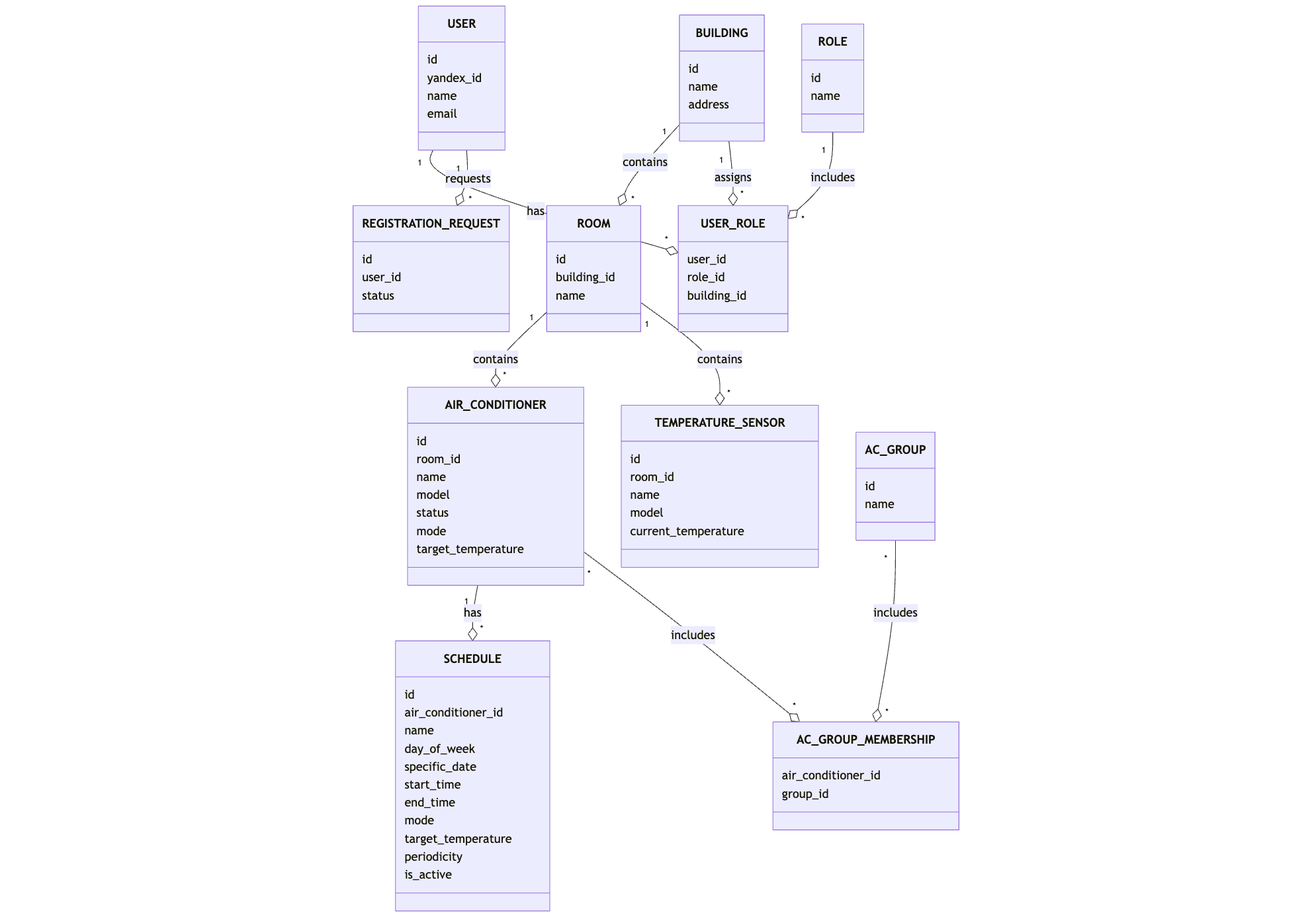
Above: docs/er-model.png in dllnnx/is-coursework (Mermaid), before the change. Its source is kept beside it as docs/er-model.mmd.
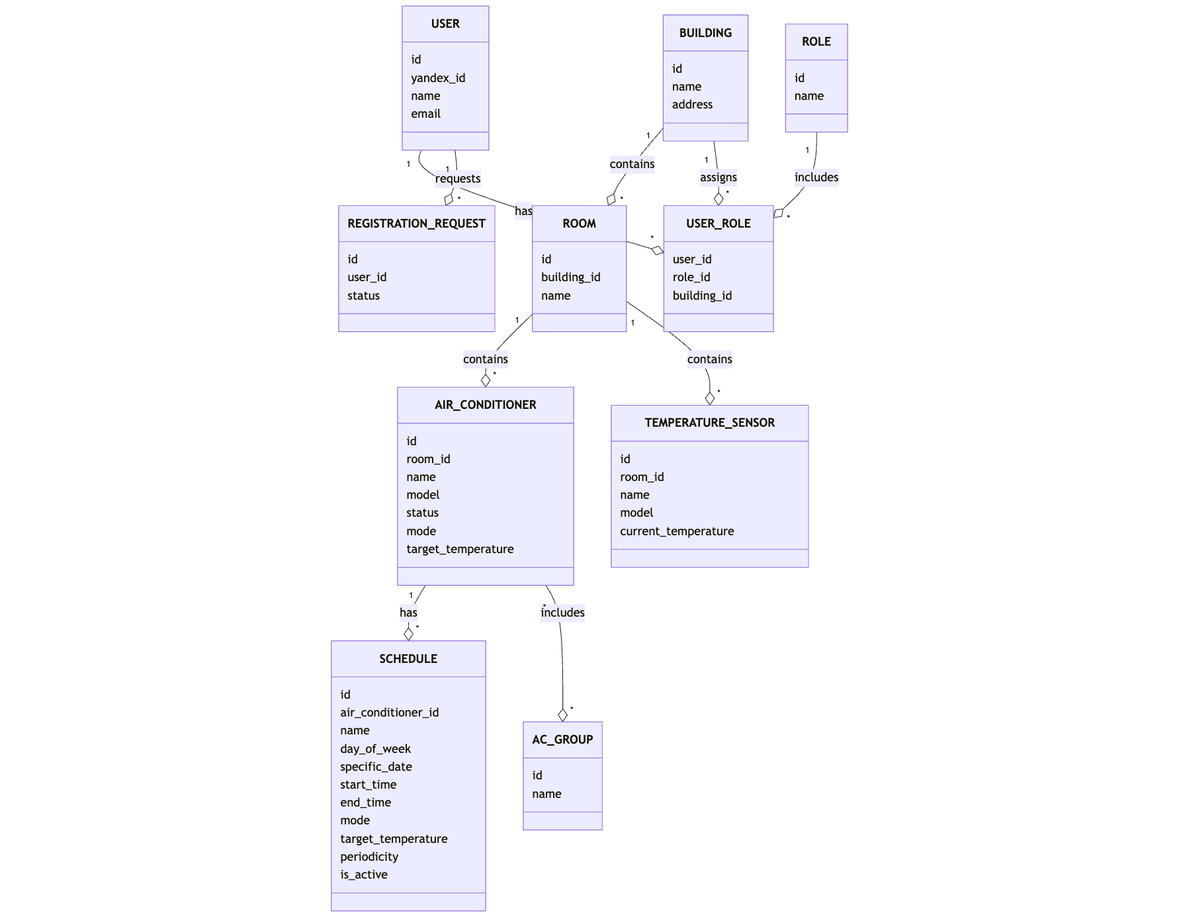
After the change.

The edit, as a diff of the source:
```diff
@@ -72,11 +72,6 @@
         building_id
     }
 
-    class AC_GROUP_MEMBERSHIP {
-        air_conditioner_id
-        group_id
-    }
-
     USER "1" --o "*" USER_ROLE : has
     ROLE "1" --o "*" USER_ROLE : includes
     USER "1" --o "*" REGISTRATION_REQUEST : requests
@@ -85,5 +80,4 @@
     ROOM "1" --o "*" AIR_CONDITIONER : contains
     ROOM "1" --o "*" TEMPERATURE_SENSOR : contains
     AIR_CONDITIONER "1" --o "*" SCHEDULE : has
-    AIR_CONDITIONER "*" --o "*" AC_GROUP_MEMBERSHIP : includes
-    AC_GROUP "*" --o "*" AC_GROUP_MEMBERSHIP : includes
+    AIR_CONDITIONER "*" --o "*" AC_GROUP : includes
```
